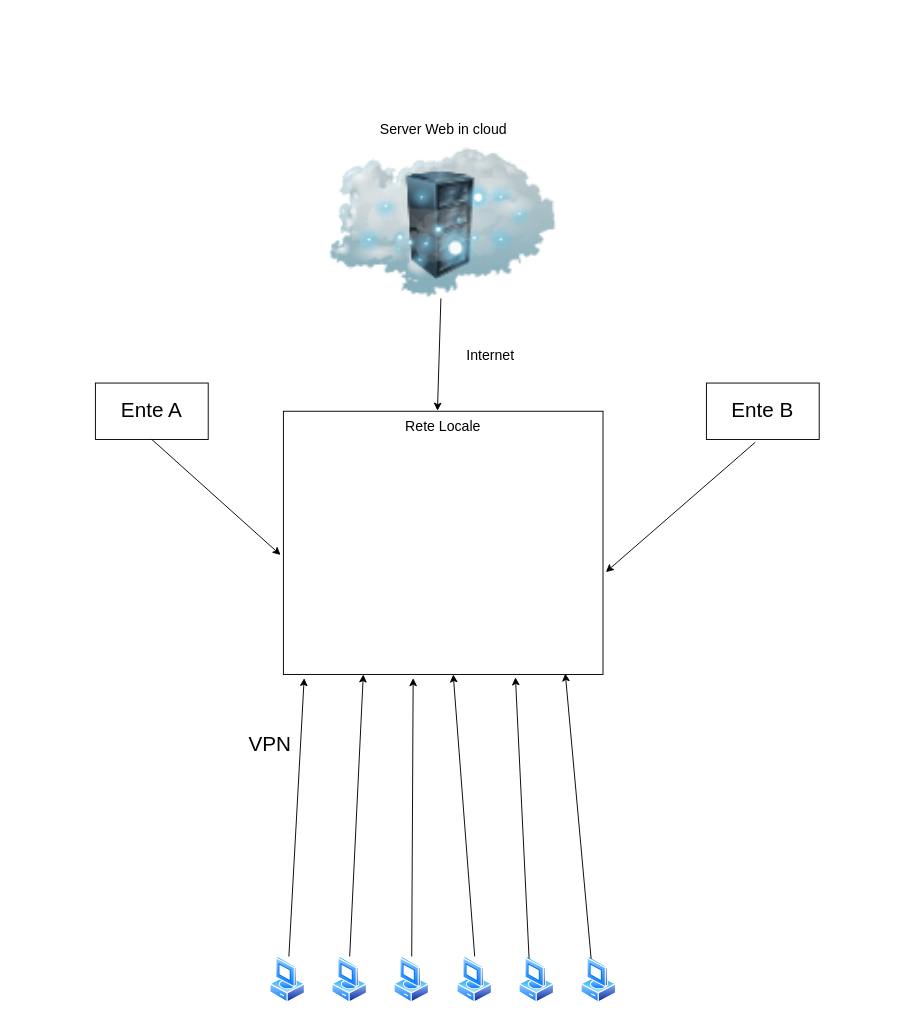
alien321/misc keeps this draw.io diagram as scheme01.drawio. Above is the earlier version. Source tidied: cells renumbered, new cells numbered last; positions are measured from the earlier drawing's top-left corner, leaving out a move shared by most shapes. Both pictures are drawn from the tidied source at 94%, with x=0, y=0 at pixel (95, 119).
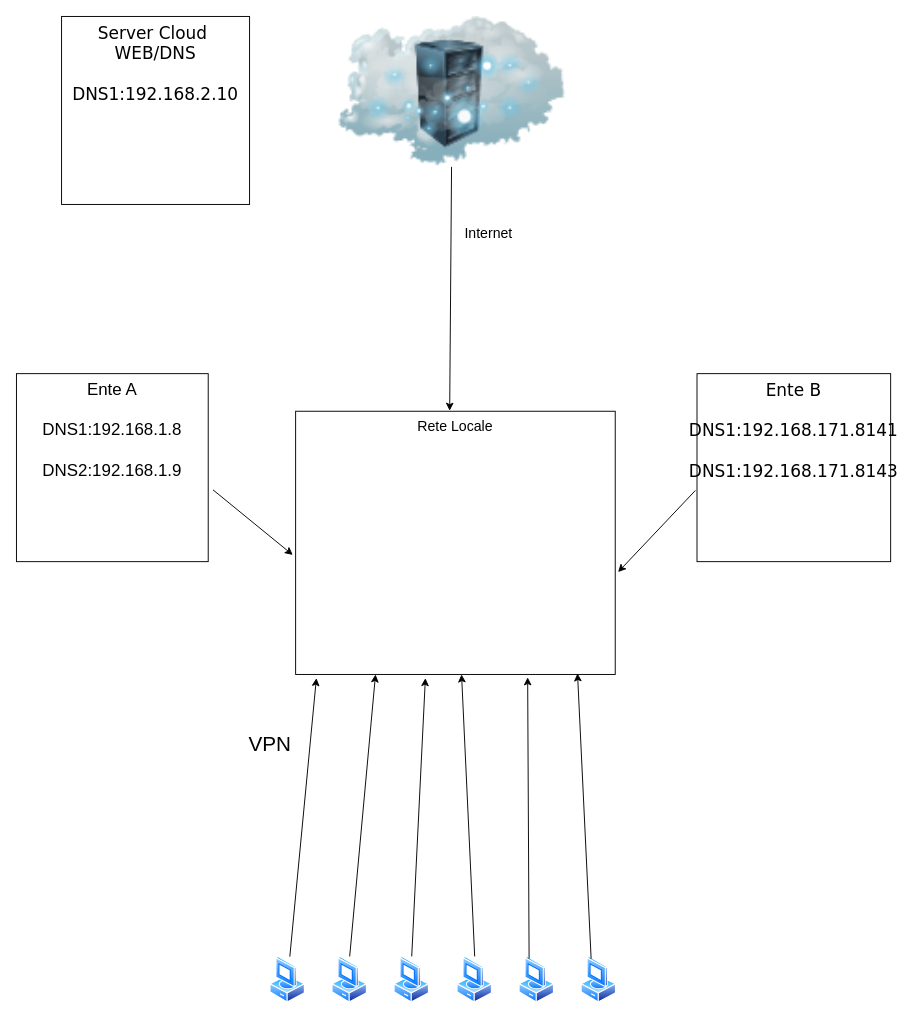
Above is the later version.

What changed in the source:
```diff
@@
     <mxCell id="2" style="image;html=1;labelBackgroundColor=#ffffff;image=img/lib/clip_art/networking/Cloud_Rack_128x128.png;" parent="1" vertex="1">
-      <mxGeometry x="240" y="30" width="260" height="160" as="geometry" />
+      <mxGeometry x="249.5" y="-110" width="260" height="160" as="geometry" />
     </mxCell>
-    <mxCell id="3" value="Server Web in cloud" style="text;html=1;align=center;verticalAlign=middle;fillColor=none;strokeColor=none;rounded=0;fontSize=15;" parent="1" vertex="1">
-      <mxGeometry x="290" width="160" height="20" as="geometry" />
-    </mxCell>
     <mxCell id="4" value="Internet" style="text;html=1;align=center;verticalAlign=middle;fillColor=none;strokeColor=none;rounded=0;fontSize=15;" parent="1" vertex="1">
-      <mxGeometry x="385" y="240" width="70" height="20" as="geometry" />
+      <mxGeometry x="383" y="110" width="70" height="20" as="geometry" />
     </mxCell>
     <mxCell id="5" value="Rete Locale" style="whiteSpace=wrap;html=1;fontSize=15;align=center;horizontal=1;verticalAlign=top;" parent="1" vertex="1">
-      <mxGeometry x="200" y="310" width="340" height="280" as="geometry" />
+      <mxGeometry x="213" y="310" width="340" height="280" as="geometry" />
     </mxCell>
@@
-    <mxCell id="20" value="Ente A" style="rounded=0;whiteSpace=wrap;html=1;fontSize=22;align=center;" parent="1" vertex="1">
-      <mxGeometry y="280" width="120" height="60" as="geometry" />
+    <mxCell id="20" value="Ente A&lt;br style=&quot;font-size: 18px;&quot;&gt;&lt;br style=&quot;font-size: 18px;&quot;&gt;&lt;div style=&quot;font-size: 18px;&quot;&gt;&lt;font style=&quot;font-size: 18px;&quot;&gt;DNS1:192.168.1.8&lt;/font&gt;&lt;/div&gt;&lt;div style=&quot;font-size: 18px;&quot;&gt;&lt;br style=&quot;font-size: 18px;&quot;&gt;&lt;font style=&quot;font-size: 18px;&quot;&gt;&lt;font style=&quot;font-size: 18px;&quot;&gt;DNS2:192.168.1.9&lt;/font&gt;&lt;/font&gt;&lt;/div&gt;" style="rounded=0;whiteSpace=wrap;html=1;fontSize=18;align=center;verticalAlign=top;" parent="1" vertex="1">
+      <mxGeometry x="-84" y="270" width="204" height="200" as="geometry" />
     </mxCell>
-    <mxCell id="21" value="Ente B" style="rounded=0;whiteSpace=wrap;html=1;fontSize=22;align=center;" parent="1" vertex="1">
-      <mxGeometry x="650" y="280" width="120" height="60" as="geometry" />
+    <mxCell id="21" value="&lt;div style=&quot;font-size: 18px;&quot;&gt;Ente B&lt;/div&gt;&lt;div style=&quot;font-size: 18px;&quot;&gt;&lt;br style=&quot;font-size: 18px;&quot;&gt;&lt;/div&gt;&lt;div style=&quot;font-size: 18px;&quot;&gt;&lt;font style=&quot;font-size: 18px;&quot;&gt;DNS1:192.168.171.8141&lt;/font&gt;&lt;/div&gt;&lt;div style=&quot;font-size: 18px;&quot;&gt;&lt;font style=&quot;font-size: 18px;&quot;&gt;&lt;br style=&quot;font-size: 18px;&quot;&gt;&lt;/font&gt;&lt;/div&gt;&lt;div style=&quot;font-size: 18px;&quot;&gt;&lt;font style=&quot;font-size: 18px;&quot;&gt;DNS1:192.168.171.8143&lt;/font&gt;&lt;br style=&quot;font-size: 18px;&quot;&gt;&lt;/div&gt;" style="rounded=0;whiteSpace=wrap;html=1;fontSize=18;align=center;verticalAlign=top;fontFamily=Verdana;" parent="1" vertex="1">
+      <mxGeometry x="640" y="270" width="206" height="200" as="geometry" />
     </mxCell>
-    <mxCell id="22" style="endArrow=classic;html=1;fontSize=22;exitX=0.5;exitY=1;exitDx=0;exitDy=0;entryX=-0.009;entryY=0.546;entryDx=0;entryDy=0;entryPerimeter=0;" parent="1" edge="1" source="20" target="5">
+    <mxCell id="22" style="endArrow=classic;html=1;fontSize=22;exitX=1.025;exitY=0.618;exitDx=0;exitDy=0;entryX=-0.009;entryY=0.546;entryDx=0;entryDy=0;entryPerimeter=0;exitPerimeter=0;" parent="1" edge="1" source="20" target="5">
       <mxGeometry relative="1" as="geometry" />
     </mxCell>
-    <mxCell id="23" style="endArrow=classic;html=1;fontSize=22;exitX=0.433;exitY=1.05;exitDx=0;exitDy=0;exitPerimeter=0;entryX=1.009;entryY=0.611;entryDx=0;entryDy=0;entryPerimeter=0;" parent="1" edge="1" source="21" target="5">
+    <mxCell id="23" style="endArrow=classic;html=1;fontSize=22;exitX=-0.008;exitY=0.621;exitDx=0;exitDy=0;exitPerimeter=0;entryX=1.009;entryY=0.611;entryDx=0;entryDy=0;entryPerimeter=0;" parent="1" edge="1" source="21" target="5">
       <mxGeometry relative="1" as="geometry" />
     </mxCell>
+    <mxCell id="24" value="&lt;div&gt;Server Cloud&amp;nbsp; WEB/DNS &lt;br&gt;&lt;/div&gt;&lt;div&gt;&lt;br&gt;&lt;/div&gt;&lt;div&gt;DNS1:192.168.2.10&lt;br&gt;&lt;/div&gt;" style="rounded=0;whiteSpace=wrap;html=1;fontFamily=Verdana;fontSize=18;align=center;verticalAlign=top;" parent="1" vertex="1">
+      <mxGeometry x="-36" y="-110" width="200" height="200" as="geometry" />
+    </mxCell>
```
